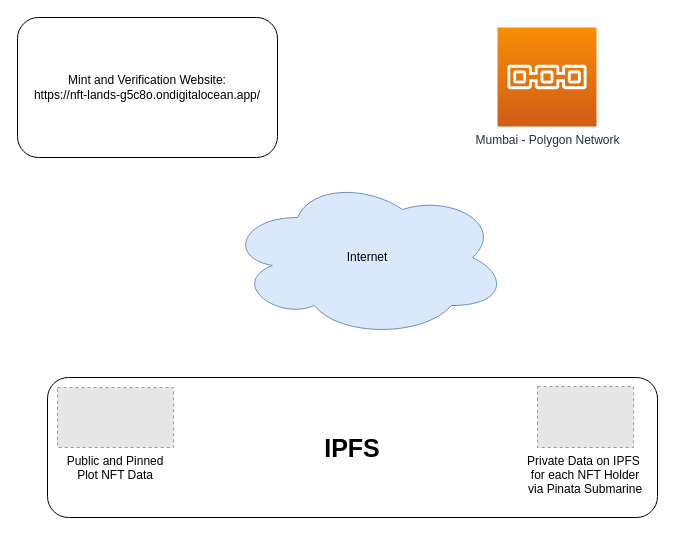
Earlier version of the draw.io diagram NFT_Lands.drawio (cryptoKevinL/NFTLands). Source tidied: cells renumbered, new cells numbered last; positions are measured from the earlier drawing's top-left corner, leaving out a move shared by most shapes. Both pictures are drawn from the tidied source at 100%, with x=0, y=0 at pixel (17, 17). Pictures stored in the file or linked from it are replaced by grey dashed boxes.
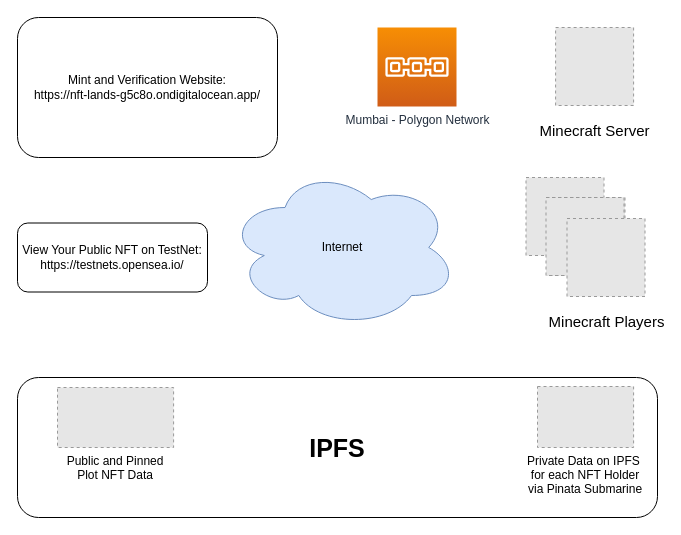
Above is the later version.

What changed in the source:
```diff
@@
 <mxGraphModel>
   <root>
     <mxCell id="0" />
     <mxCell id="1" parent="0" />
     <mxCell id="2" value="Mint and Verification Website:&lt;br&gt;https://nft-lands-g5c8o.ondigitalocean.app/" style="rounded=1;whiteSpace=wrap;html=1;" parent="1" vertex="1">
       <mxGeometry width="260" height="140" as="geometry" />
     </mxCell>
     <mxCell id="3" value="&lt;font style=&quot;font-size: 25px&quot;&gt;&lt;b&gt;IPFS&lt;/b&gt;&lt;/font&gt;&lt;br&gt;" style="rounded=1;whiteSpace=wrap;html=1;" parent="1" vertex="1">
-      <mxGeometry x="30" y="360" width="610" height="140" as="geometry" />
+      <mxGeometry y="360" width="640" height="140" as="geometry" />
     </mxCell>
     <mxCell id="4" value="Internet" style="ellipse;shape=cloud;whiteSpace=wrap;html=1;fillColor=#dae8fc;strokeColor=#6c8ebf;" parent="1" vertex="1">
-      <mxGeometry x="210" y="160" width="280" height="160" as="geometry" />
+      <mxGeometry x="210" y="150" width="230" height="160" as="geometry" />
     </mxCell>
     <mxCell id="5" value="Mumbai - Polygon Network" style="sketch=0;fontColor=#232F3E;gradientColor=#F78E04;gradientDirection=north;fillColor=#D05C17;strokeColor=#ffffff;dashed=0;verticalLabelPosition=bottom;verticalAlign=top;align=center;html=1;fontSize=12;fontStyle=0;shape=mxgraph.aws4.resourceIcon;resIcon=mxgraph.aws4.blockchain;" parent="1" vertex="1">
-      <mxGeometry x="480" y="10" width="99" height="99" as="geometry" />
+      <mxGeometry x="360" y="10" width="79" height="79" as="geometry" />
     </mxCell>
     <mxCell id="6" value="Public and Pinned&#10;Plot NFT Data" style="fillColor=#E6E6E6;strokeColor=#999999;dashed=1;verticalLabelPosition=bottom;labelBackgroundColor=default;verticalAlign=top;" parent="1" vertex="1">
       <mxGeometry x="40" y="370" width="116.1" height="60" as="geometry" />
     </mxCell>
     <mxCell id="7" value="Private Data on IPFS &#10;for each NFT Holder&#10;via Pinata Submarine" style="fillColor=#E6E6E6;strokeColor=#999999;dashed=1;verticalLabelPosition=bottom;labelBackgroundColor=default;verticalAlign=top;" parent="1" vertex="1">
       <mxGeometry x="520" y="369" width="96.1" height="61" as="geometry" />
     </mxCell>
+    <mxCell id="8" value="View Your Public NFT on TestNet:&lt;br&gt;https://testnets.opensea.io/" style="rounded=1;whiteSpace=wrap;html=1;" parent="1" vertex="1">
+      <mxGeometry y="205.5" width="190" height="69" as="geometry" />
+    </mxCell>
+    <mxCell id="9" value="&lt;font style=&quot;font-size: 15px&quot;&gt;Minecraft Server&lt;/font&gt;" style="fillColor=#E6E6E6;strokeColor=#999999;dashed=1;html=1;verticalAlign=top;verticalLabelPosition=bottom;labelBackgroundColor=#ffffff;fontSize=25;" parent="1" vertex="1">
+      <mxGeometry x="538.1" y="10" width="78" height="78" as="geometry" />
+    </mxCell>
+    <mxCell id="10" style="fillColor=#E6E6E6;strokeColor=#999999;dashed=1;html=1;verticalAlign=top;verticalLabelPosition=bottom;labelBackgroundColor=#ffffff;fontSize=25;" parent="1" vertex="1">
+      <mxGeometry x="508.5" y="160" width="78" height="78" as="geometry" />
+    </mxCell>
+    <mxCell id="11" style="fillColor=#E6E6E6;strokeColor=#999999;dashed=1;html=1;verticalAlign=top;verticalLabelPosition=bottom;labelBackgroundColor=#ffffff;fontSize=25;" parent="1" vertex="1">
+      <mxGeometry x="529.5" y="180" width="78" height="78" as="geometry" />
+    </mxCell>
+    <mxCell id="12" style="fillColor=#E6E6E6;strokeColor=#999999;dashed=1;html=1;verticalAlign=top;verticalLabelPosition=bottom;labelBackgroundColor=#ffffff;fontSize=25;" parent="1" vertex="1">
+      <mxGeometry x="528.5" y="180" width="78" height="78" as="geometry" />
+    </mxCell>
+    <mxCell id="13" value="&lt;font style=&quot;font-size: 15px&quot;&gt;Minecraft Players&lt;/font&gt;" style="fillColor=#E6E6E6;strokeColor=#999999;dashed=1;html=1;verticalAlign=top;verticalLabelPosition=bottom;labelBackgroundColor=#ffffff;fontSize=25;" parent="1" vertex="1">
+      <mxGeometry x="549.5" y="201" width="78" height="78" as="geometry" />
+    </mxCell>
   </root>
 </mxGraphModel>
```
